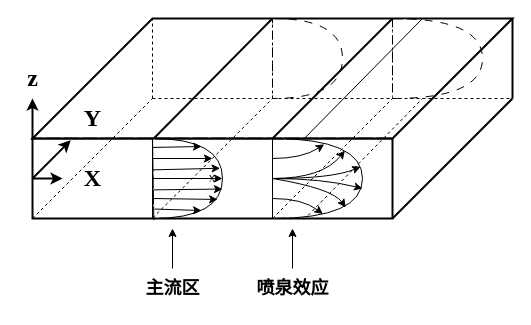
mauhin/auto keeps this draw.io diagram as 喷泉效应.drawio. Above is the earlier version. Source tidied: cells renumbered, new cells numbered last; positions are measured from the earlier drawing's top-left corner, leaving out a move shared by most shapes. Both pictures are drawn from the tidied source at 100%, with x=0, y=0 at pixel (17, 18).
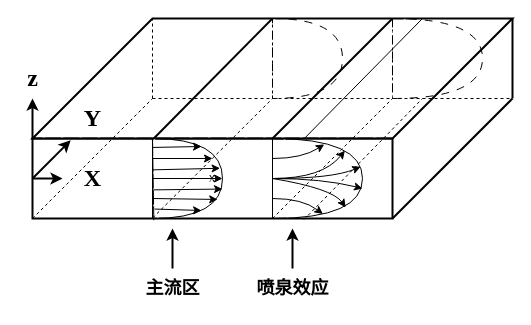
Above is the later version.

Commit message (it also covers changes not shown here):
更新喷泉效应.drawio

Diff of the diagram source:
```diff
@@
-    <mxCell id="42" style="endArrow=classic;html=1;rounded=0;" parent="1" edge="1">
+    <mxCell id="42" style="endArrow=classic;html=1;rounded=0;strokeWidth=2;" parent="1" edge="1">
       <mxGeometry relative="1" as="geometry">
         <mxPoint x="155" y="250" as="sourcePoint" />
         <mxPoint x="155" y="210" as="targetPoint" />
       </mxGeometry>
     </mxCell>
-    <mxCell id="43" style="endArrow=classic;html=1;rounded=0;" parent="1" edge="1">
+    <mxCell id="43" style="endArrow=classic;html=1;rounded=0;strokeWidth=2;" parent="1" edge="1">
       <mxGeometry relative="1" as="geometry">
         <mxPoint x="275" y="250" as="sourcePoint" />
         <mxPoint x="275" y="210" as="targetPoint" />
       </mxGeometry>
     </mxCell>
```
